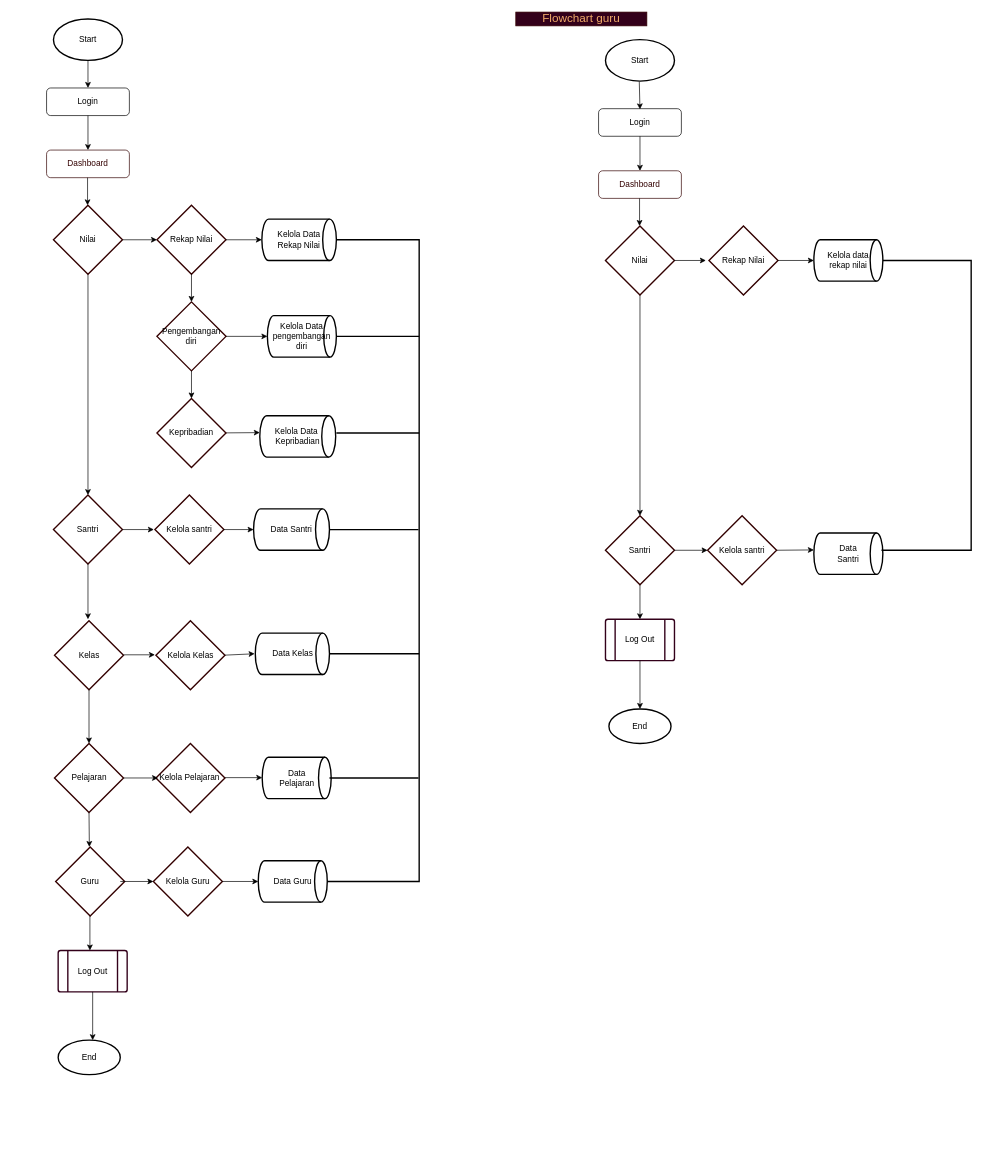
The draw.io diagram page "FC" (1 of 29) of draw.io/Proyek-3.drawio in Tugas-Proyek-Polindra/proyek-3, before the edit. Source tidied: cells renumbered, new cells numbered last; positions are measured from the earlier drawing's top-left corner, leaving out a move shared by most shapes. Both pictures are drawn from the tidied source at 69%, with x=0, y=0 at pixel (12, 12).
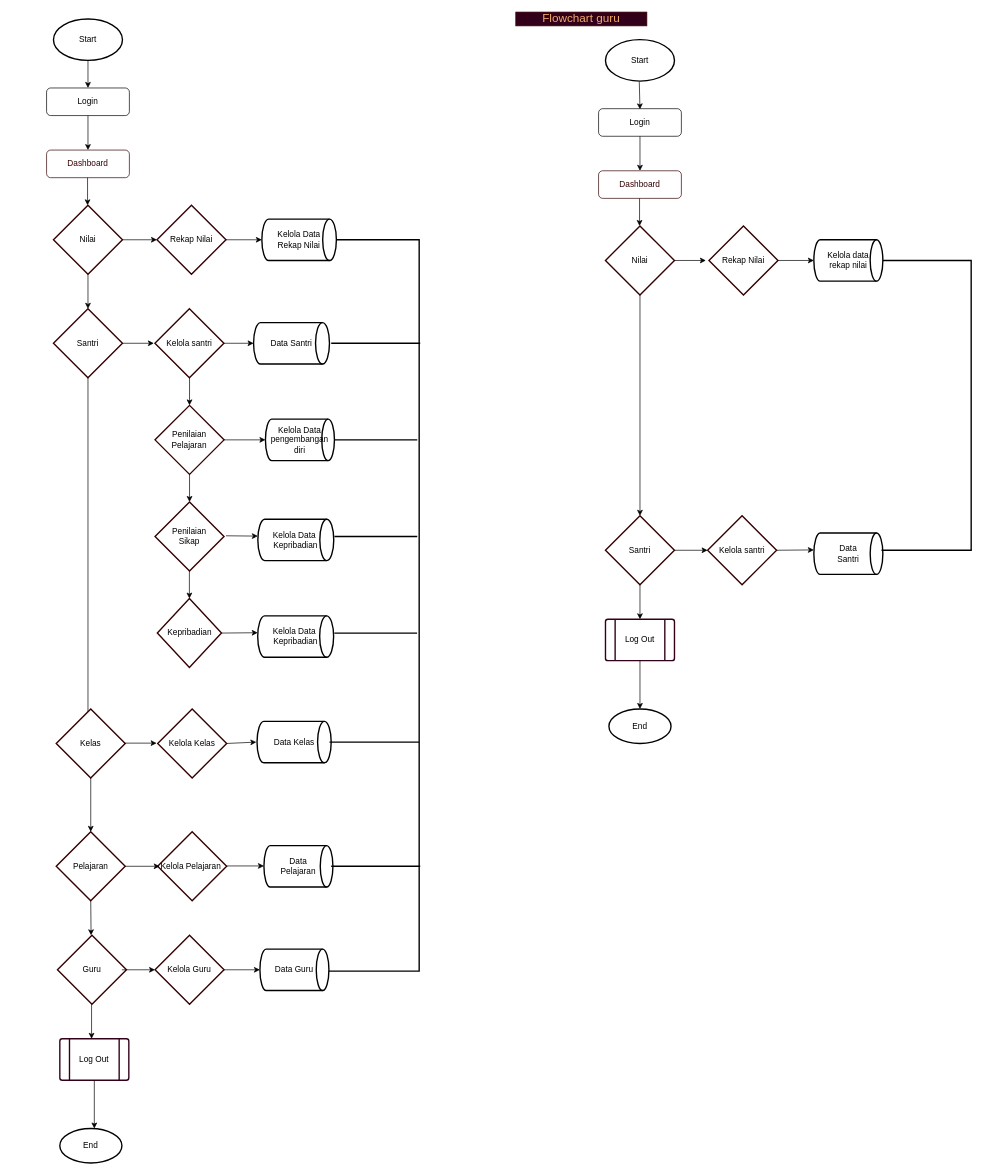
After the change.

Unchanged cells that the change refers to:
```xml
<mxCell id="2" style="group;fontStyle=4;" parent="1" vertex="1">
  <mxGeometry y="10" width="617" height="1550" as="geometry" />
</mxCell>
<mxCell id="8" value="Rekap Nilai" style="strokeWidth=2;html=1;shape=mxgraph.flowchart.decision;whiteSpace=wrap;fillColor=#FFFFFF;strokeColor=#330000;" parent="2" vertex="1">
  <mxGeometry x="210" y="270" width="100" height="100" as="geometry" />
</mxCell>
```

Change to the diagram source:
```diff
@@
-    <mxCell id="9" value="Pengembangan diri" style="strokeWidth=2;html=1;shape=mxgraph.flowchart.decision;whiteSpace=wrap;fillColor=#FFFFFF;strokeColor=#330000;" parent="2" vertex="1">
-      <mxGeometry x="210" y="410" width="100" height="100" as="geometry" />
-    </mxCell>
-    <mxCell id="10" style="endArrow=classic;html=1;entryX=0;entryY=0.408;entryDx=0;entryDy=0;entryPerimeter=0;" parent="2" edge="1" target="12">
-      <mxGeometry relative="1" as="geometry">
-        <mxPoint x="292" y="600" as="sourcePoint" />
-      </mxGeometry>
-    </mxCell>
-    <mxCell id="11" value="Kepribadian" style="strokeWidth=2;html=1;shape=mxgraph.flowchart.decision;whiteSpace=wrap;fillColor=#FFFFFF;strokeColor=#330000;" parent="2" vertex="1">
-      <mxGeometry x="210" y="550" width="100" height="100" as="geometry" />
-    </mxCell>
-    <mxCell id="12" value="Kelola Data&amp;nbsp; Kepribadian" style="strokeWidth=2;html=1;shape=mxgraph.flowchart.direct_data;whiteSpace=wrap;fillColor=#FFFFFF;fontColor=none;" parent="2" vertex="1">
-      <mxGeometry x="359" y="575" width="110" height="60" as="geometry" />
-    </mxCell>
     <mxCell id="13" value="Santri" style="strokeWidth=2;html=1;shape=mxgraph.flowchart.decision;whiteSpace=wrap;fillColor=#FFFFFF;strokeColor=#330000;" parent="2" vertex="1">
-      <mxGeometry x="60" y="690" width="100" height="100" as="geometry" />
+      <mxGeometry x="60" y="420" width="100" height="100" as="geometry" />
     </mxCell>
     <mxCell id="14" style="endArrow=classic;html=1;exitX=1;exitY=0.5;exitDx=0;exitDy=0;exitPerimeter=0;" parent="2" edge="1">
       <mxGeometry relative="1" as="geometry">
-        <mxPoint x="160" y="740" as="sourcePoint" />
-        <mxPoint x="205.5" y="740" as="targetPoint" />
+        <mxPoint x="160" y="470" as="sourcePoint" />
+        <mxPoint x="205.5" y="470" as="targetPoint" />
       </mxGeometry>
     </mxCell>
-    <mxCell id="15" style="endArrow=classic;html=1;exitX=0.5;exitY=1;exitDx=0;exitDy=0;exitPerimeter=0;" parent="2" edge="1" source="13">
-      <mxGeometry relative="1" as="geometry">
-        <mxPoint x="110" y="870" as="targetPoint" />
-      </mxGeometry>
+    <mxCell id="15" style="endArrow=classic;html=1;exitX=0.5;exitY=1;exitDx=0;exitDy=0;exitPerimeter=0;entryX=0.46;entryY=0.2;entryDx=0;entryDy=0;entryPerimeter=0;" parent="2" edge="1" source="13" target="33">
+      <mxGeometry relative="1" as="geometry" />
     </mxCell>
     <mxCell id="16" value="Data Santri" style="strokeWidth=2;html=1;shape=mxgraph.flowchart.direct_data;whiteSpace=wrap;fillColor=#FFFFFF;fontColor=none;" parent="2" vertex="1">
-      <mxGeometry x="350" y="710" width="110" height="60" as="geometry" />
+      <mxGeometry x="350" y="440" width="110" height="60" as="geometry" />
     </mxCell>
     <mxCell id="17" value="Kelola santri" style="strokeWidth=2;html=1;shape=mxgraph.flowchart.decision;whiteSpace=wrap;fillColor=#FFFFFF;strokeColor=#330000;" parent="2" vertex="1">
-      <mxGeometry x="207" y="690" width="100" height="100" as="geometry" />
+      <mxGeometry x="207" y="420" width="100" height="100" as="geometry" />
     </mxCell>
@@
     <mxCell id="19" style="strokeWidth=2;html=1;shape=mxgraph.flowchart.annotation_1;align=left;fillColor=#FFFFFF;fontColor=none;direction=west;" parent="2" vertex="1">
-      <mxGeometry x="450" y="320" width="140" height="930" as="geometry" />
+      <mxGeometry x="450" y="320" width="140" height="1060" as="geometry" />
     </mxCell>
@@
-    <mxCell id="24" value="Kelola Data pengembangan diri" style="strokeWidth=2;html=1;shape=mxgraph.flowchart.direct_data;whiteSpace=wrap;fillColor=#FFFFFF;fontColor=none;" parent="2" vertex="1">
-      <mxGeometry x="370" y="430" width="100" height="60" as="geometry" />
-    </mxCell>
-    <mxCell id="25" style="endArrow=classic;html=1;exitX=1;exitY=0.5;exitDx=0;exitDy=0;exitPerimeter=0;entryX=0;entryY=0.5;entryDx=0;entryDy=0;entryPerimeter=0;" parent="2" edge="1" source="9" target="24">
-      <mxGeometry relative="1" as="geometry" />
-    </mxCell>
-    <mxCell id="26" style="endArrow=classic;html=1;exitX=0.5;exitY=1;exitDx=0;exitDy=0;exitPerimeter=0;entryX=0.5;entryY=0;entryDx=0;entryDy=0;entryPerimeter=0;" parent="2" edge="1" source="9" target="11">
-      <mxGeometry relative="1" as="geometry" />
-    </mxCell>
     <mxCell id="27" value="Data &lt;br&gt;Pelajaran" style="strokeWidth=2;html=1;shape=mxgraph.flowchart.direct_data;whiteSpace=wrap;fillColor=#FFFFFF;fontColor=none;" parent="2" vertex="1">
-      <mxGeometry x="362.5" y="1070" width="100" height="60" as="geometry" />
+      <mxGeometry x="365" y="1198" width="100" height="60" as="geometry" />
     </mxCell>
     <mxCell id="28" value="Data Guru" style="strokeWidth=2;html=1;shape=mxgraph.flowchart.direct_data;whiteSpace=wrap;fillColor=#FFFFFF;fontColor=none;" parent="2" vertex="1">
-      <mxGeometry x="356.8" y="1220" width="100" height="60" as="geometry" />
+      <mxGeometry x="359.2" y="1348" width="100" height="60" as="geometry" />
     </mxCell>
     <mxCell id="29" style="line;strokeWidth=2;direction=west;html=1;fillColor=#FFFFFF;fontColor=none;flipV=1;" parent="2" vertex="1">
-      <mxGeometry x="460" y="548" width="129" height="384" as="geometry" />
+      <mxGeometry x="462.5" y="278" width="129" height="384" as="geometry" />
     </mxCell>
-    <mxCell id="30" style="line;strokeWidth=2;direction=west;html=1;fillColor=#FFFFFF;fontColor=none;flipV=1;" parent="2" vertex="1">
-      <mxGeometry x="470" y="595" width="120" height="10" as="geometry" />
-    </mxCell>
-    <mxCell id="31" style="line;strokeWidth=2;direction=west;html=1;fillColor=#FFFFFF;fontColor=none;flipV=1;" parent="2" vertex="1">
-      <mxGeometry x="470" y="455" width="120" height="10" as="geometry" />
-    </mxCell>
     <mxCell id="32" value="Log Out" style="verticalLabelPosition=middle;verticalAlign=middle;html=1;shape=process;whiteSpace=wrap;rounded=1;size=0.14;arcSize=6;strokeColor=#33001A;strokeWidth=2;fillColor=#FFFFFF;fontColor=none;labelPosition=center;align=center;" parent="2" vertex="1">
-      <mxGeometry x="66.8" y="1350" width="100" height="60" as="geometry" />
+      <mxGeometry x="69.2" y="1478" width="100" height="60" as="geometry" />
     </mxCell>
     <mxCell id="33" value="Kelas" style="strokeWidth=2;html=1;shape=mxgraph.flowchart.decision;whiteSpace=wrap;fillColor=#FFFFFF;strokeColor=#330000;" parent="2" vertex="1">
-      <mxGeometry x="61.5" y="872" width="100" height="100" as="geometry" />
+      <mxGeometry x="64" y="1000" width="100" height="100" as="geometry" />
     </mxCell>
@@
     <mxCell id="35" value="Pelajaran" style="strokeWidth=2;html=1;shape=mxgraph.flowchart.decision;whiteSpace=wrap;fillColor=#FFFFFF;strokeColor=#330000;" parent="2" vertex="1">
-      <mxGeometry x="61.5" y="1050" width="100" height="100" as="geometry" />
+      <mxGeometry x="64" y="1178" width="100" height="100" as="geometry" />
     </mxCell>
     <mxCell id="36" value="Guru" style="strokeWidth=2;html=1;shape=mxgraph.flowchart.decision;whiteSpace=wrap;fillColor=#FFFFFF;strokeColor=#330000;" parent="2" vertex="1">
-      <mxGeometry x="63.2" y="1200" width="100" height="100" as="geometry" />
+      <mxGeometry x="65.8" y="1328" width="100" height="100" as="geometry" />
     </mxCell>
     <mxCell id="37" style="endArrow=classic;html=1;exitX=0.5;exitY=1;exitDx=0;exitDy=0;exitPerimeter=0;" parent="2" edge="1" source="35">
       <mxGeometry relative="1" as="geometry">
-        <mxPoint x="112" y="1200" as="targetPoint" />
+        <mxPoint x="114.5" y="1328" as="targetPoint" />
       </mxGeometry>
     </mxCell>
     <mxCell id="38" style="endArrow=classic;html=1;exitX=0.5;exitY=1;exitDx=0;exitDy=0;exitPerimeter=0;" parent="2" edge="1">
       <mxGeometry relative="1" as="geometry">
-        <mxPoint x="112.8" y="1300" as="sourcePoint" />
-        <mxPoint x="112.8" y="1350" as="targetPoint" />
+        <mxPoint x="115.2" y="1428" as="sourcePoint" />
+        <mxPoint x="115.2" y="1478" as="targetPoint" />
       </mxGeometry>
     </mxCell>
-    <mxCell id="39" style="endArrow=classic;html=1;exitX=0.5;exitY=1;exitDx=0;exitDy=0;exitPerimeter=0;entryX=0.5;entryY=0;entryDx=0;entryDy=0;entryPerimeter=0;" parent="2" edge="1" source="8" target="9">
-      <mxGeometry relative="1" as="geometry" />
-    </mxCell>
     <mxCell id="40" style="endArrow=classic;html=1;exitX=1;exitY=0.5;exitDx=0;exitDy=0;exitPerimeter=0;" parent="2" edge="1">
       <mxGeometry relative="1" as="geometry">
-        <mxPoint x="161.5" y="921.5" as="sourcePoint" />
-        <mxPoint x="207" y="921.5" as="targetPoint" />
+        <mxPoint x="164" y="1049.5" as="sourcePoint" />
+        <mxPoint x="209.5" y="1049.5" as="targetPoint" />
       </mxGeometry>
     </mxCell>
     <mxCell id="41" value="Kelola Kelas" style="strokeWidth=2;html=1;shape=mxgraph.flowchart.decision;whiteSpace=wrap;fillColor=#FFFFFF;strokeColor=#330000;" parent="2" vertex="1">
-      <mxGeometry x="208.5" y="872" width="100" height="100" as="geometry" />
+      <mxGeometry x="211" y="1000" width="100" height="100" as="geometry" />
     </mxCell>
     <mxCell id="42" value="Data Kelas" style="strokeWidth=2;html=1;shape=mxgraph.flowchart.direct_data;whiteSpace=wrap;fillColor=#FFFFFF;fontColor=none;" parent="2" vertex="1">
-      <mxGeometry x="352.5" y="890" width="107.5" height="60" as="geometry" />
+      <mxGeometry x="355" y="1018" width="107.5" height="60" as="geometry" />
     </mxCell>
     <mxCell id="43" style="line;strokeWidth=2;direction=west;html=1;fillColor=#FFFFFF;fontColor=none;flipV=1;" parent="2" vertex="1">
-      <mxGeometry x="460" y="728" width="130" height="384" as="geometry" />
+      <mxGeometry x="460" y="856" width="130" height="384" as="geometry" />
     </mxCell>
     <mxCell id="44" value="Kelola Guru" style="strokeWidth=2;html=1;shape=mxgraph.flowchart.decision;whiteSpace=wrap;fillColor=#FFFFFF;strokeColor=#330000;" parent="2" vertex="1">
-      <mxGeometry x="204.8" y="1200" width="100" height="100" as="geometry" />
+      <mxGeometry x="207.2" y="1328" width="100" height="100" as="geometry" />
     </mxCell>
     <mxCell id="45" value="Kelola Pelajaran&amp;nbsp;" style="strokeWidth=2;html=1;shape=mxgraph.flowchart.decision;whiteSpace=wrap;fillColor=#FFFFFF;strokeColor=#330000;" parent="2" vertex="1">
-      <mxGeometry x="208.5" y="1050" width="100" height="100" as="geometry" />
+      <mxGeometry x="211" y="1178" width="100" height="100" as="geometry" />
     </mxCell>
     <mxCell id="46" style="endArrow=classic;html=1;" parent="2" edge="1">
       <mxGeometry relative="1" as="geometry">
-        <mxPoint x="308.5" y="1099.5" as="sourcePoint" />
-        <mxPoint x="362.5" y="1099.5" as="targetPoint" />
+        <mxPoint x="311" y="1227.5" as="sourcePoint" />
+        <mxPoint x="365" y="1227.5" as="targetPoint" />
       </mxGeometry>
     </mxCell>
     <mxCell id="47" style="line;strokeWidth=2;direction=west;html=1;fillColor=#FFFFFF;fontColor=none;flipV=1;" parent="2" vertex="1">
-      <mxGeometry x="460" y="1095" width="129" height="10" as="geometry" />
+      <mxGeometry x="462.5" y="1223" width="129" height="10" as="geometry" />
     </mxCell>
     <mxCell id="48" style="endArrow=classic;html=1;exitX=1;exitY=0.5;exitDx=0;exitDy=0;exitPerimeter=0;" parent="2" edge="1" source="35">
       <mxGeometry relative="1" as="geometry">
-        <mxPoint x="211.5" y="1100" as="targetPoint" />
+        <mxPoint x="214" y="1228" as="targetPoint" />
       </mxGeometry>
     </mxCell>
@@
     <mxCell id="50" style="endArrow=classic;html=1;entryX=0;entryY=0.5;entryDx=0;entryDy=0;entryPerimeter=0;" parent="2" edge="1" target="44">
       <mxGeometry relative="1" as="geometry">
-        <mxPoint x="156.8" y="1250" as="sourcePoint" />
+        <mxPoint x="159.2" y="1378" as="sourcePoint" />
       </mxGeometry>
     </mxCell>
+    <mxCell id="39" style="endArrow=classic;html=1;exitX=0.5;exitY=1;exitDx=0;exitDy=0;exitPerimeter=0;entryX=0.5;entryY=0;entryDx=0;entryDy=0;entryPerimeter=0;" parent="2" edge="1" target="9">
+      <mxGeometry relative="1" as="geometry">
+        <mxPoint x="257.2" y="520" as="sourcePoint" />
+      </mxGeometry>
+    </mxCell>
+    <mxCell id="9" value="Penilaian Pelajaran" style="strokeWidth=2;html=1;shape=mxgraph.flowchart.decision;whiteSpace=wrap;fillColor=#FFFFFF;strokeColor=#330000;" parent="2" vertex="1">
+      <mxGeometry x="207.2" y="560" width="100" height="100" as="geometry" />
+    </mxCell>
+    <mxCell id="25" style="endArrow=classic;html=1;exitX=1;exitY=0.5;exitDx=0;exitDy=0;exitPerimeter=0;entryX=0;entryY=0.5;entryDx=0;entryDy=0;entryPerimeter=0;" parent="2" edge="1" source="9" target="24">
+      <mxGeometry relative="1" as="geometry" />
+    </mxCell>
+    <mxCell id="24" value="Kelola Data pengembangan diri" style="strokeWidth=2;html=1;shape=mxgraph.flowchart.direct_data;whiteSpace=wrap;fillColor=#FFFFFF;fontColor=none;" parent="2" vertex="1">
+      <mxGeometry x="367.2" y="580" width="100" height="60" as="geometry" />
+    </mxCell>
+    <mxCell id="26" style="endArrow=classic;html=1;exitX=0.5;exitY=1;exitDx=0;exitDy=0;exitPerimeter=0;entryX=0.5;entryY=0;entryDx=0;entryDy=0;entryPerimeter=0;" parent="2" edge="1" source="9" target="11">
+      <mxGeometry relative="1" as="geometry" />
+    </mxCell>
+    <mxCell id="11" value="Penilaian &lt;br&gt;Sikap" style="strokeWidth=2;html=1;shape=mxgraph.flowchart.decision;whiteSpace=wrap;fillColor=#FFFFFF;strokeColor=#330000;" parent="2" vertex="1">
+      <mxGeometry x="207.2" y="700" width="100" height="100" as="geometry" />
+    </mxCell>
+    <mxCell id="10" style="endArrow=classic;html=1;entryX=0;entryY=0.408;entryDx=0;entryDy=0;entryPerimeter=0;" parent="2" edge="1" target="12">
+      <mxGeometry relative="1" as="geometry">
+        <mxPoint x="310" y="749" as="sourcePoint" />
+      </mxGeometry>
+    </mxCell>
+    <mxCell id="12" value="Kelola Data&amp;nbsp; Kepribadian" style="strokeWidth=2;html=1;shape=mxgraph.flowchart.direct_data;whiteSpace=wrap;fillColor=#FFFFFF;fontColor=none;" parent="2" vertex="1">
+      <mxGeometry x="356.2" y="725" width="110" height="60" as="geometry" />
+    </mxCell>
+    <mxCell id="30" style="line;strokeWidth=2;direction=west;html=1;fillColor=#FFFFFF;fontColor=none;flipV=1;" parent="2" vertex="1">
+      <mxGeometry x="467.2" y="745" width="120" height="10" as="geometry" />
+    </mxCell>
+    <mxCell id="31" style="line;strokeWidth=2;direction=west;html=1;fillColor=#FFFFFF;fontColor=none;flipV=1;" parent="2" vertex="1">
+      <mxGeometry x="467.2" y="605" width="120" height="10" as="geometry" />
+    </mxCell>
+    <mxCell id="80" style="endArrow=classic;html=1;exitX=0.5;exitY=1;exitDx=0;exitDy=0;exitPerimeter=0;entryX=0.5;entryY=0;entryDx=0;entryDy=0;entryPerimeter=0;" parent="2" edge="1" target="81">
+      <mxGeometry relative="1" as="geometry">
+        <mxPoint x="257" y="800" as="sourcePoint" />
+      </mxGeometry>
+    </mxCell>
+    <mxCell id="81" value="Kepribadian" style="strokeWidth=2;html=1;shape=mxgraph.flowchart.decision;whiteSpace=wrap;fillColor=#FFFFFF;strokeColor=#330000;" parent="2" vertex="1">
+      <mxGeometry x="210.5" y="840" width="93" height="100" as="geometry" />
+    </mxCell>
+    <mxCell id="82" style="endArrow=classic;html=1;entryX=0;entryY=0.408;entryDx=0;entryDy=0;entryPerimeter=0;exitX=1;exitY=0.5;exitDx=0;exitDy=0;exitPerimeter=0;" parent="2" edge="1" source="81" target="83">
+      <mxGeometry relative="1" as="geometry" />
+    </mxCell>
+    <mxCell id="83" value="Kelola Data&amp;nbsp; Kepribadian" style="strokeWidth=2;html=1;shape=mxgraph.flowchart.direct_data;whiteSpace=wrap;fillColor=#FFFFFF;fontColor=none;" parent="2" vertex="1">
+      <mxGeometry x="356" y="865" width="110" height="60" as="geometry" />
+    </mxCell>
+    <mxCell id="84" style="line;strokeWidth=2;direction=west;html=1;fillColor=#FFFFFF;fontColor=none;flipV=1;" parent="2" vertex="1">
+      <mxGeometry x="467" y="885" width="120" height="10" as="geometry" />
+    </mxCell>
@@
     <mxCell id="52" style="endArrow=classic;html=1;exitX=1;exitY=0.5;exitDx=0;exitDy=0;exitPerimeter=0;" parent="1" edge="1" source="17">
       <mxGeometry relative="1" as="geometry">
-        <mxPoint x="350" y="750" as="targetPoint" />
+        <mxPoint x="350" y="480" as="targetPoint" />
       </mxGeometry>
     </mxCell>
@@
     <mxCell id="77" value="End" style="strokeWidth=2;html=1;shape=mxgraph.flowchart.start_2;whiteSpace=wrap;fillColor=#FFFFFF;fontColor=none;" parent="1" vertex="1">
-      <mxGeometry x="66.8" y="1490" width="90" height="50" as="geometry" />
+      <mxGeometry x="69.2" y="1618" width="90" height="50" as="geometry" />
     </mxCell>
     <mxCell id="78" style="endArrow=classic;html=1;exitX=0.5;exitY=1;exitDx=0;exitDy=0;" parent="1" edge="1" source="32">
       <mxGeometry relative="1" as="geometry">
-        <mxPoint x="116.8" y="1490" as="targetPoint" />
+        <mxPoint x="119.2" y="1618" as="targetPoint" />
       </mxGeometry>
     </mxCell>
     <mxCell id="79" style="endArrow=classic;html=1;exitX=1;exitY=0.5;exitDx=0;exitDy=0;exitPerimeter=0;" parent="1" edge="1" source="41">
       <mxGeometry relative="1" as="geometry">
-        <mxPoint x="351.5" y="930" as="targetPoint" />
+        <mxPoint x="354" y="1058" as="targetPoint" />
       </mxGeometry>
     </mxCell>
```
